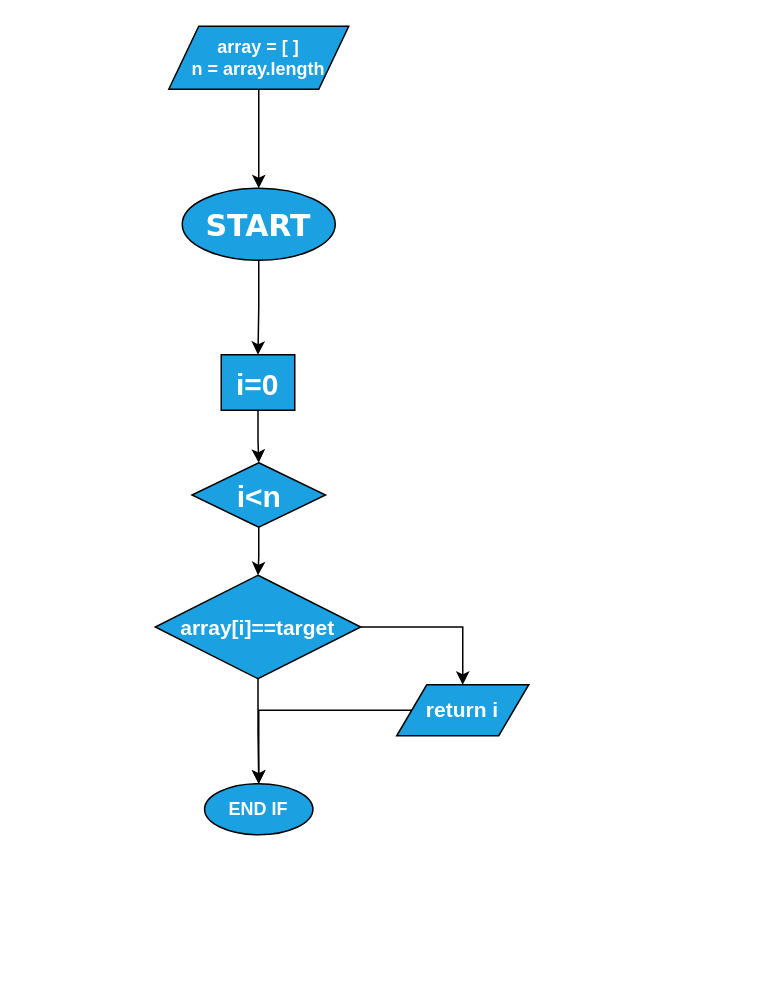
The draw.io diagram Untitled Diagram.drawio in Rstevenson1/draw.io_1, before the edit. Source tidied: cells renumbered, new cells numbered last; positions are measured from the earlier drawing's top-left corner, leaving out a move shared by most shapes. Both pictures are drawn from the tidied source at 150%, with x=0, y=0 at pixel (154, 26).
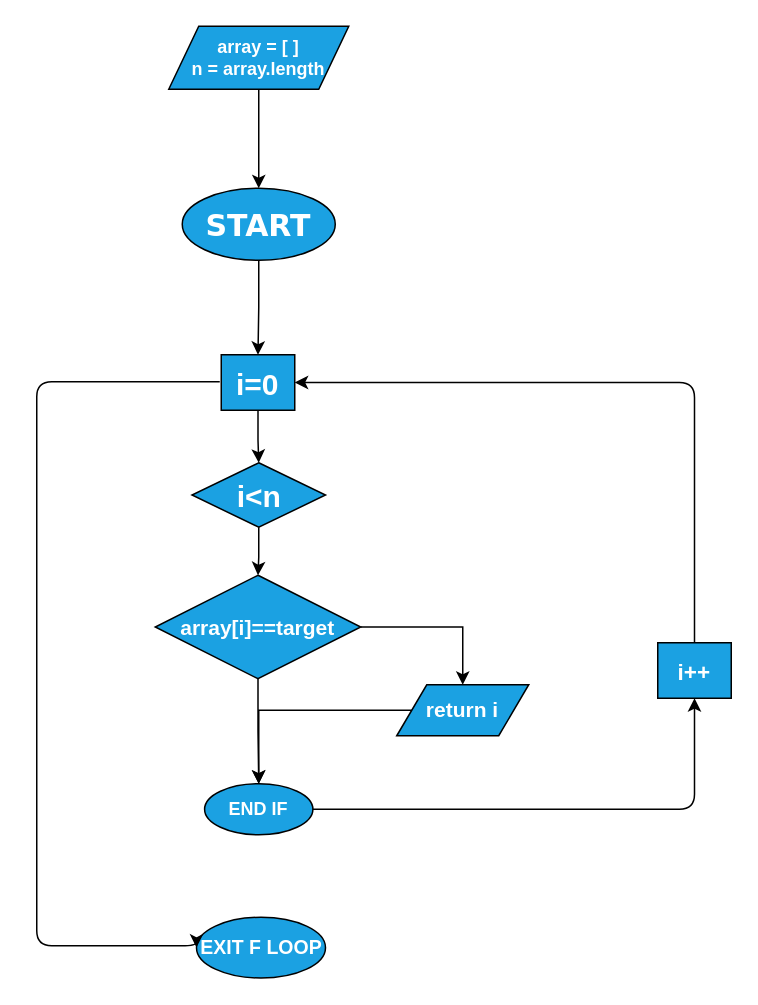
The same diagram, later.

Commit message:
We are making Progress

The change refers to these unchanged cells:
```xml
<mxCell id="7" value="&lt;font style=&quot;font-size: 20px&quot;&gt;&lt;b&gt;i=0&lt;/b&gt;&lt;/font&gt;" style="rounded=0;whiteSpace=wrap;html=1;labelBackgroundColor=none;fontColor=#ffffff;fillColor=#1ba1e2;" parent="1" vertex="1">
  <mxGeometry x="44" y="219" width="49" height="37" as="geometry" />
</mxCell>
<mxCell id="15" value="&lt;b&gt;END IF&lt;br&gt;&lt;/b&gt;" style="ellipse;whiteSpace=wrap;html=1;labelBackgroundColor=none;fontColor=#ffffff;fillColor=#1ba1e2;" parent="1" vertex="1">
  <mxGeometry x="32.9" y="505" width="72.2" height="34" as="geometry" />
</mxCell>
```

Change to the diagram source:
```diff
@@
+    <mxCell id="16" value="&lt;font style=&quot;font-size: 15px&quot;&gt;&lt;b&gt;i++&lt;/b&gt;&lt;/font&gt;" style="rounded=0;whiteSpace=wrap;html=1;labelBackgroundColor=none;fontColor=#ffffff;fillColor=#1ba1e2;" parent="1" vertex="1">
+      <mxGeometry x="335" y="411" width="49" height="37" as="geometry" />
+    </mxCell>
+    <mxCell id="17" style="edgeStyle=segmentEdgeStyle;endArrow=classic;html=1;fontColor=#ffffff;entryX=1;entryY=0.5;entryDx=0;entryDy=0;exitX=0.5;exitY=0;exitDx=0;exitDy=0;" parent="1" edge="1" source="16" target="7">
+      <mxGeometry relative="1" as="geometry">
+        <Array as="points">
+          <mxPoint x="359" y="238" />
+        </Array>
+      </mxGeometry>
+    </mxCell>
+    <mxCell id="18" style="edgeStyle=segmentEdgeStyle;endArrow=classic;html=1;fontColor=#ffffff;entryX=0.5;entryY=1;entryDx=0;entryDy=0;exitX=1;exitY=0.5;exitDx=0;exitDy=0;" parent="1" edge="1" source="15" target="16">
+      <mxGeometry relative="1" as="geometry" />
+    </mxCell>
+    <mxCell id="19" value="&lt;font style=&quot;font-size: 13px&quot;&gt;&lt;b&gt;EXIT F LOOP&lt;/b&gt;&lt;/font&gt;" style="ellipse;whiteSpace=wrap;html=1;labelBackgroundColor=none;fontColor=#ffffff;fillColor=#1ba1e2;" parent="1" vertex="1">
+      <mxGeometry x="27.5" y="594" width="86" height="40.5" as="geometry" />
+    </mxCell>
+    <mxCell id="20" style="edgeStyle=segmentEdgeStyle;endArrow=classic;html=1;fontColor=#ffffff;entryX=0;entryY=0.5;entryDx=0;entryDy=0;" parent="1" edge="1" target="19">
+      <mxGeometry relative="1" as="geometry">
+        <mxPoint x="43" y="237" as="sourcePoint" />
+        <Array as="points">
+          <mxPoint x="-79" y="237" />
+          <mxPoint x="-79" y="613" />
+        </Array>
+      </mxGeometry>
+    </mxCell>
```
